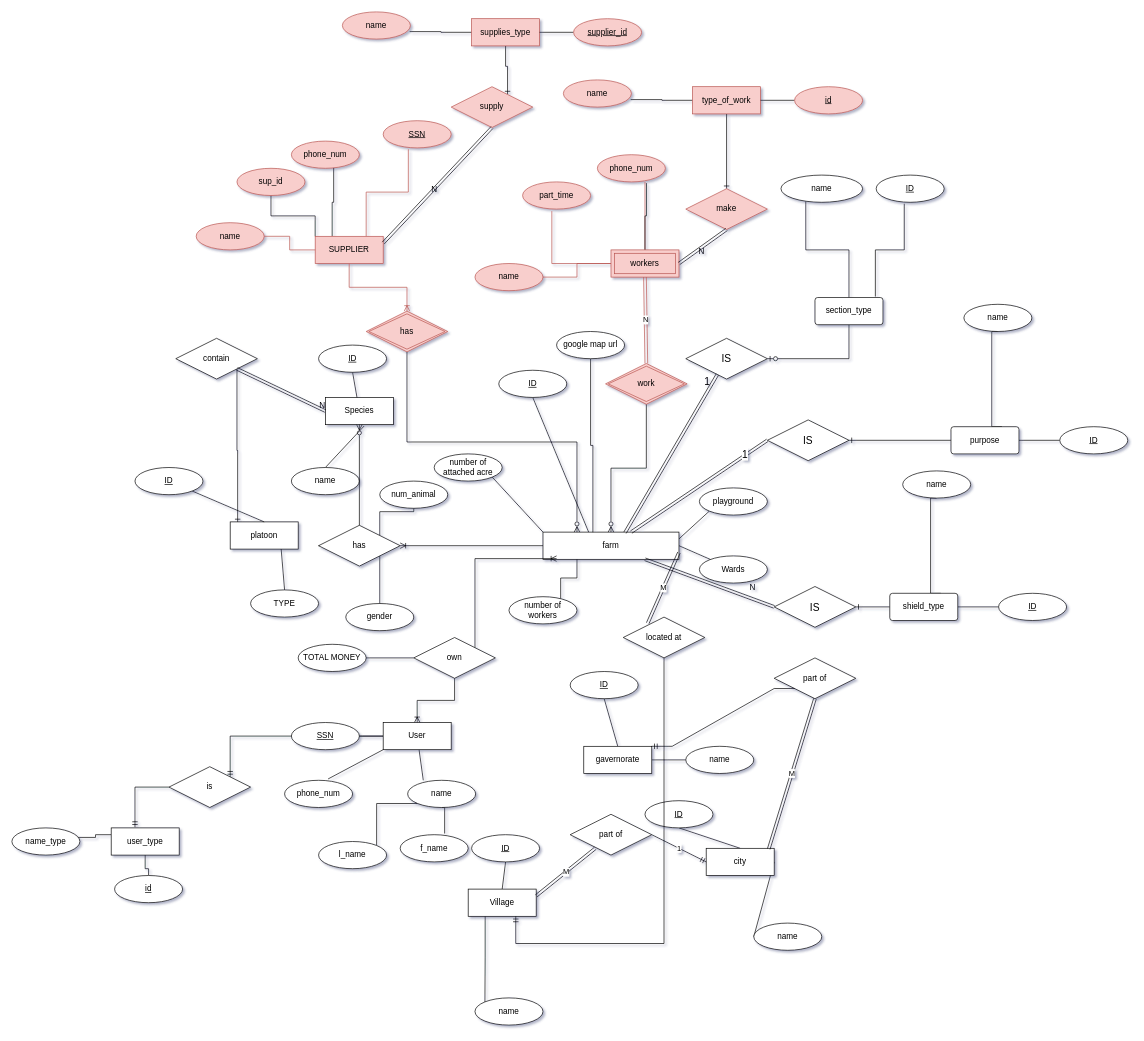
Earlier version of the draw.io diagram digrams/final project year_erd.drawio (githubmohame/Digitalizing-livestock). Source tidied: cells renumbered, new cells numbered last; positions are measured from the earlier drawing's top-left corner, leaving out a move shared by most shapes. Both pictures are drawn from the tidied source at 68%, with x=0, y=0 at pixel (12, 12).
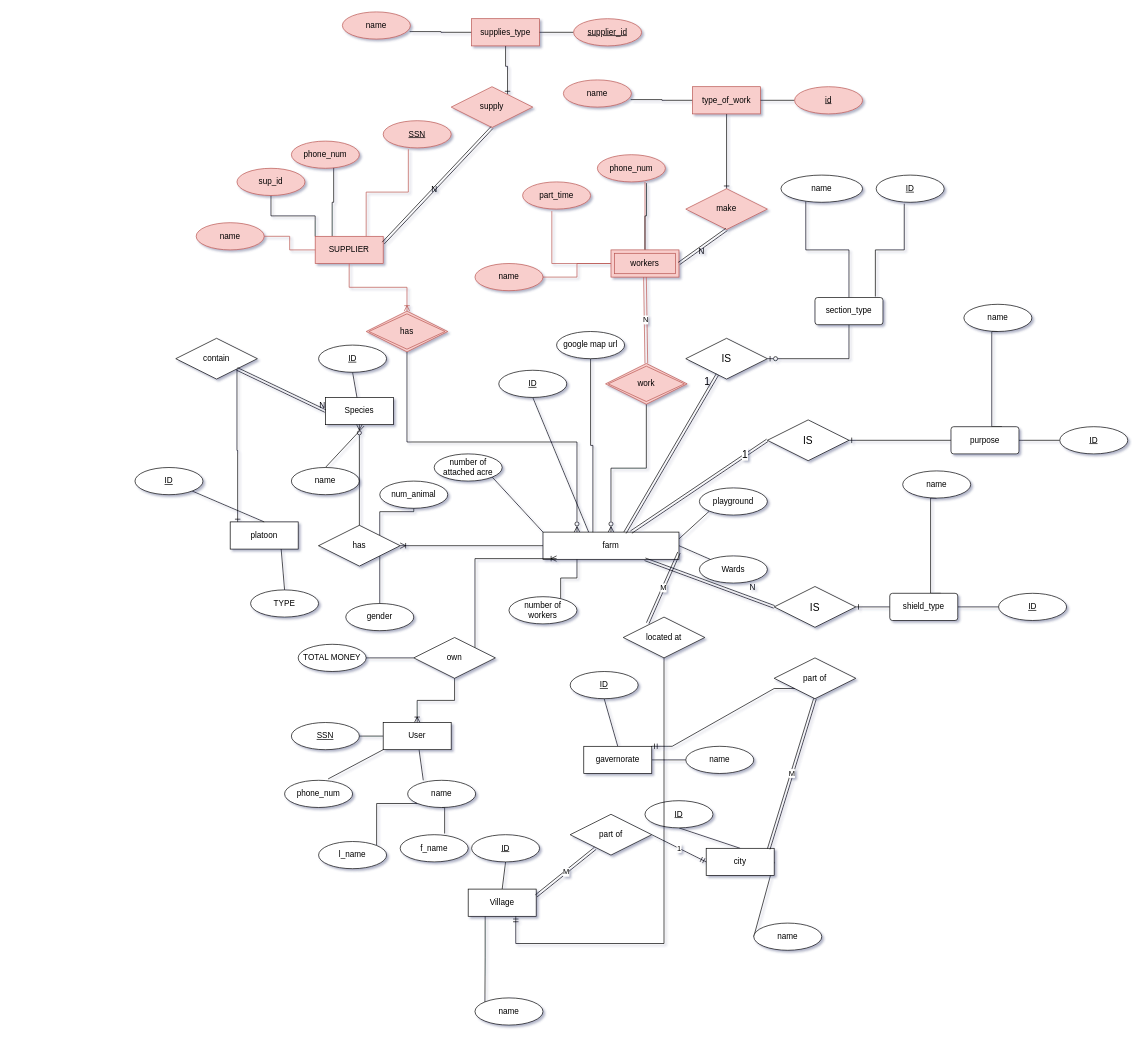
The same page after the edit.

The change refers to these unchanged cells:
```xml
<mxCell id="20" value="User" style="rounded=0;arcSize=10;whiteSpace=wrap;html=1;align=center;" parent="1" vertex="1">
  <mxGeometry x="546" y="1045" width="100" height="40" as="geometry" />
</mxCell>
```

Diff of the diagram source:
```diff
@@
-    <mxCell id="19" style="edgeStyle=orthogonalEdgeStyle;rounded=0;jettySize=auto;html=1;exitX=0;exitY=0.5;exitDx=0;exitDy=0;entryX=1;entryY=0;entryDx=0;entryDy=0;endArrow=ERmandOne;endFill=0;" parent="1" edge="1" source="20" target="150">
-      <mxGeometry relative="1" as="geometry" />
-    </mxCell>
@@
-    <mxCell id="146" style="edgeStyle=orthogonalEdgeStyle;rounded=0;jettySize=auto;html=1;exitX=0.5;exitY=1;exitDx=0;exitDy=0;endArrow=none;endFill=0;" parent="1" edge="1" source="148" target="151">
-      <mxGeometry relative="1" as="geometry" />
-    </mxCell>
-    <mxCell id="147" style="edgeStyle=orthogonalEdgeStyle;rounded=0;jettySize=auto;html=1;exitX=0;exitY=0.25;exitDx=0;exitDy=0;entryX=0.96;entryY=0.35;entryDx=0;entryDy=0;entryPerimeter=0;endArrow=none;endFill=0;" parent="1" edge="1" source="148" target="152">
-      <mxGeometry relative="1" as="geometry" />
-    </mxCell>
-    <mxCell id="148" value="user_type" style="whiteSpace=wrap;html=1;align=center;" parent="1" vertex="1">
-      <mxGeometry x="146" y="1200" width="100" height="40" as="geometry" />
-    </mxCell>
-    <mxCell id="149" style="edgeStyle=orthogonalEdgeStyle;rounded=0;jettySize=auto;html=1;exitX=0;exitY=0.5;exitDx=0;exitDy=0;entryX=0.35;entryY=-0.025;entryDx=0;entryDy=0;entryPerimeter=0;endArrow=ERmandOne;endFill=0;" parent="1" edge="1" source="150" target="148">
-      <mxGeometry relative="1" as="geometry" />
-    </mxCell>
-    <mxCell id="150" value="is" style="shape=rhombus;perimeter=rhombusPerimeter;whiteSpace=wrap;html=1;align=center;" parent="1" vertex="1">
-      <mxGeometry x="231" y="1110" width="120" height="60" as="geometry" />
-    </mxCell>
-    <mxCell id="151" value="id" style="ellipse;whiteSpace=wrap;html=1;align=center;fontStyle=4;" parent="1" vertex="1">
-      <mxGeometry x="151" y="1270" width="100" height="40" as="geometry" />
-    </mxCell>
-    <mxCell id="152" value="name_type" style="ellipse;whiteSpace=wrap;html=1;align=center;" parent="1" vertex="1">
-      <mxGeometry y="1200" width="100" height="40" as="geometry" />
-    </mxCell>
```
